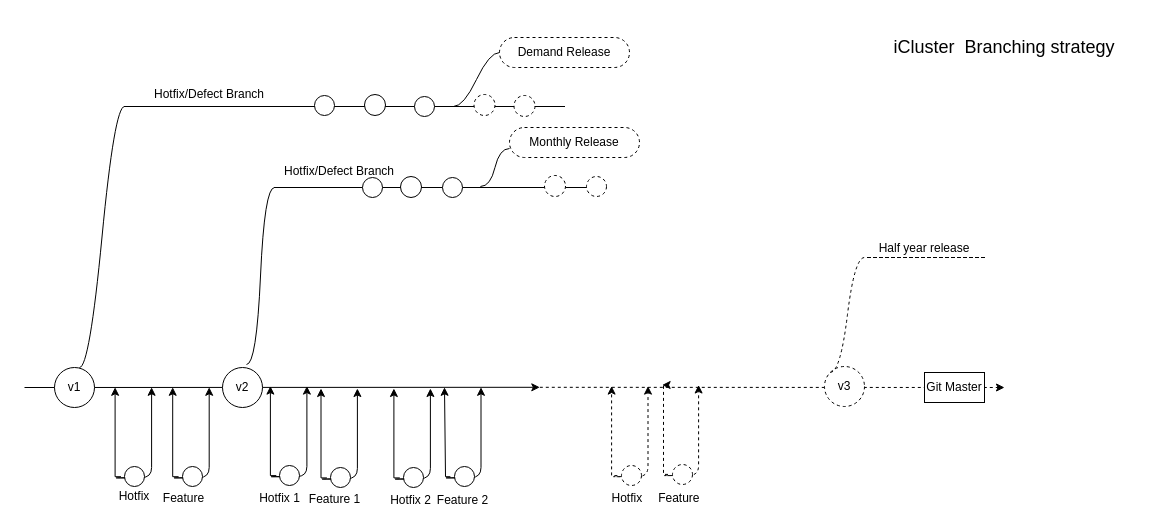
Earlier version of the draw.io diagram iCluster Branch Strategy.drawio (dingzhanxing/Diagram). Source tidied: cells renumbered, new cells numbered last; positions are measured from the earlier drawing's top-left corner, leaving out a move shared by most shapes. Both pictures are drawn from the tidied source at 100%, with x=0, y=0 at pixel (24, 17).
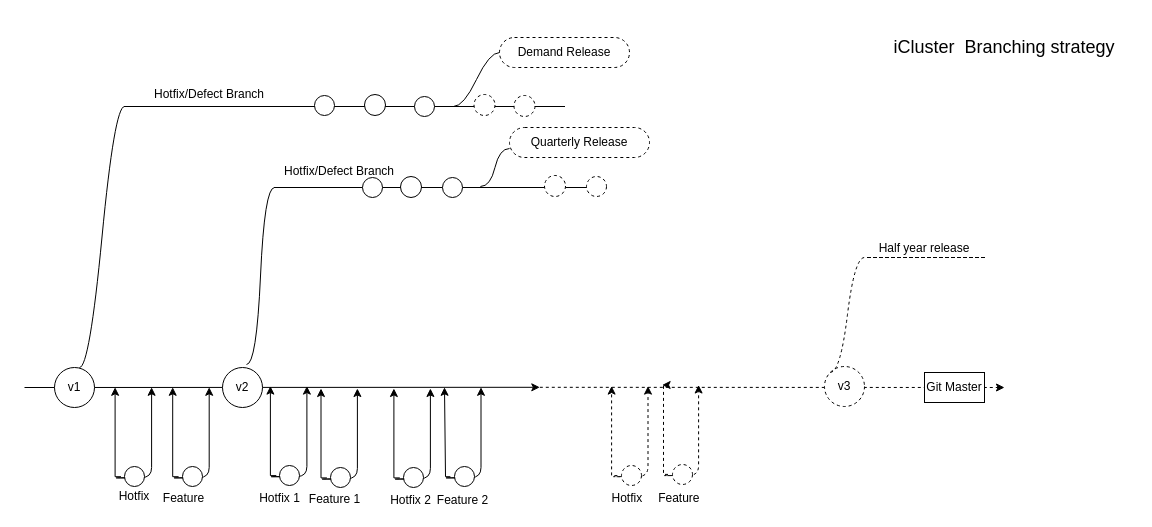
The same page after the edit.

The edit, as a diff of the source:
```diff
@@
-    <mxCell id="21" value="Monthly Release" style="whiteSpace=wrap;html=1;rounded=1;arcSize=50;align=center;verticalAlign=middle;strokeWidth=1;spacing=4;dashed=1;" parent="1" vertex="1">
-      <mxGeometry x="485" y="110" width="130" height="30" as="geometry" />
+    <mxCell id="21" value="Quarterly Release" style="whiteSpace=wrap;html=1;rounded=1;arcSize=50;align=center;verticalAlign=middle;strokeWidth=1;spacing=4;dashed=1;" parent="1" vertex="1">
+      <mxGeometry x="485" y="110" width="140" height="30" as="geometry" />
     </mxCell>
```
